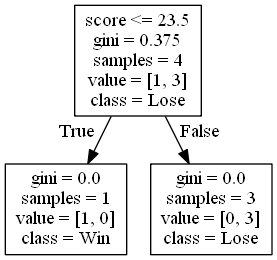
alexana-steck/CSE482Project keeps this Graphviz diagram as DecisionTrees/Conference USAdecision_tree_with_score6.png. Above is the earlier version. Its source is kept beside it as DecisionTrees/Conference USAdecision_tree_with_score6.dot.
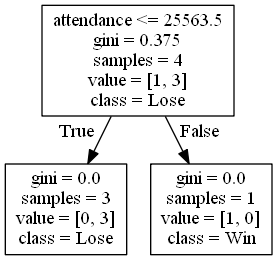
The same diagram one commit later.

What changed in the source:
```diff
@@ -1,8 +1,8 @@
 digraph Tree {
 node [shape=box] ;
-0 [label="score <= 23.5\ngini = 0.375\nsamples = 4\nvalue = [1, 3]\nclass = Lose"] ;
-1 [label="gini = 0.0\nsamples = 1\nvalue = [1, 0]\nclass = Win"] ;
+0 [label="attendance <= 25563.5\ngini = 0.375\nsamples = 4\nvalue = [1, 3]\nclass = Lose"] ;
+1 [label="gini = 0.0\nsamples = 3\nvalue = [0, 3]\nclass = Lose"] ;
 0 -> 1 [labeldistance=2.5, labelangle=45, headlabel="True"] ;
-2 [label="gini = 0.0\nsamples = 3\nvalue = [0, 3]\nclass = Lose"] ;
+2 [label="gini = 0.0\nsamples = 1\nvalue = [1, 0]\nclass = Win"] ;
 0 -> 2 [labeldistance=2.5, labelangle=-45, headlabel="False"] ;
 }
```
